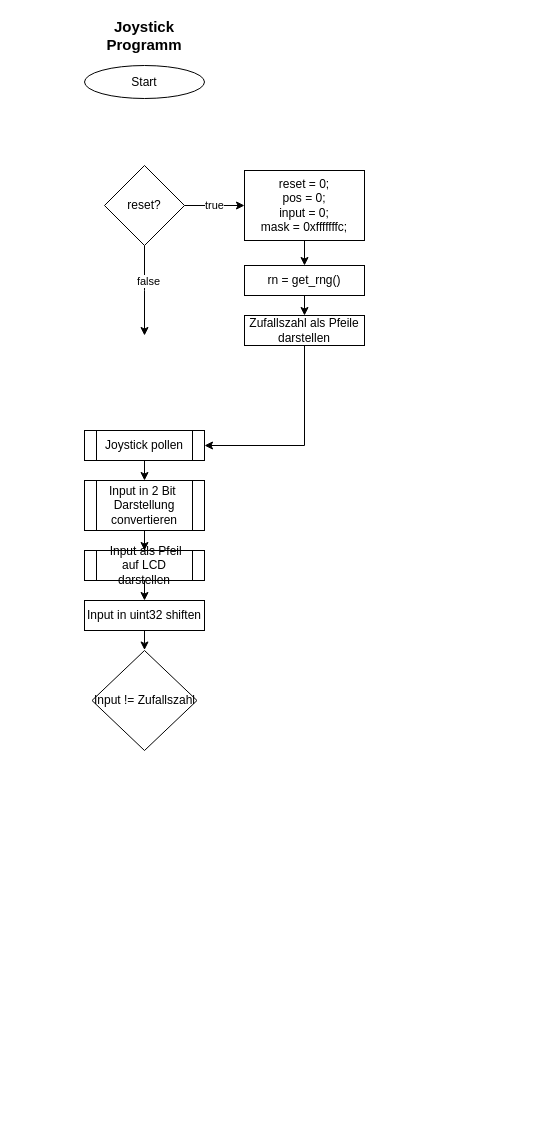
This is page "Joystick" (5 of 5) of Untitled Diagram.drawio from Seafesko/Nucleo-Wecker, a draw.io file, before an edit. Source tidied: cells renumbered, new cells numbered last; positions are measured from the earlier drawing's top-left corner, leaving out a move shared by most shapes. Both pictures are drawn from the tidied source at 100%, with x=0, y=0 at pixel (84, 25).
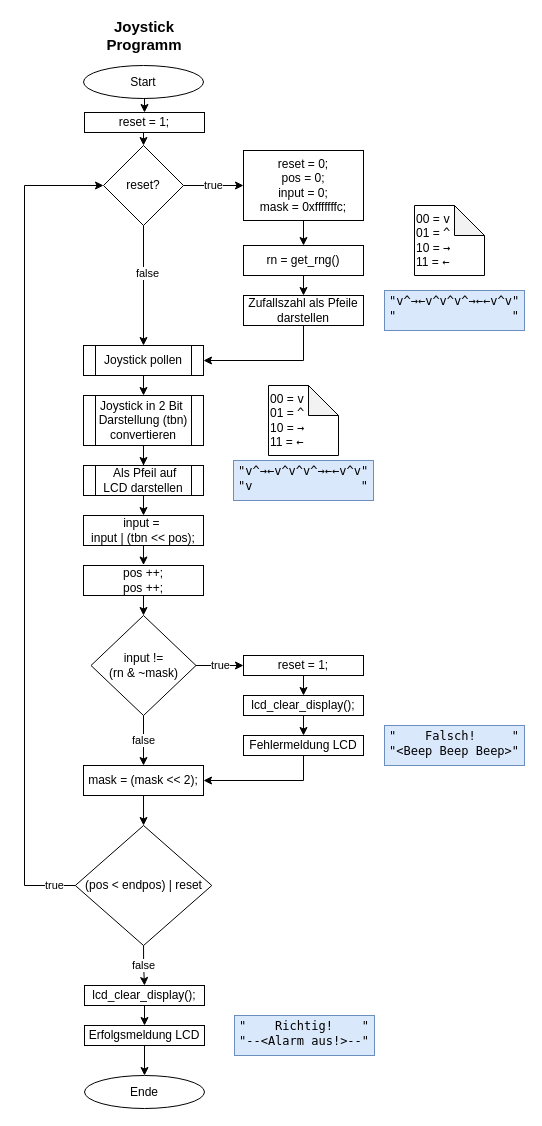
Above is the later version.

Commit message (it also covers changes not shown here):
Joystick vollständig

Diff of the diagram source:
```diff
@@
+    <mxCell id="23" style="edgeStyle=orthogonalEdgeStyle;rounded=0;jettySize=auto;html=1;exitX=0.5;exitY=1;exitDx=0;exitDy=0;entryX=0.5;entryY=0;entryDx=0;entryDy=0;" parent="1" edge="1" source="3" target="53">
+      <mxGeometry relative="1" as="geometry" />
+    </mxCell>
     <mxCell id="3" value="Start" style="ellipse;whiteSpace=wrap;html=1;" parent="1" vertex="1">
-      <mxGeometry y="40" width="120" height="33" as="geometry" />
+      <mxGeometry x="-1" y="40" width="120" height="33" as="geometry" />
     </mxCell>
@@
-    <mxCell id="5" style="edgeStyle=orthogonalEdgeStyle;rounded=0;jettySize=auto;html=1;exitX=0.5;exitY=1;exitDx=0;exitDy=0;entryX=0.5;entryY=0;entryDx=0;entryDy=0;" parent="1" edge="1" source="7">
-      <mxGeometry relative="1" as="geometry">
-        <mxPoint x="60" y="310" as="targetPoint" />
-      </mxGeometry>
+    <mxCell id="5" style="edgeStyle=orthogonalEdgeStyle;rounded=0;jettySize=auto;html=1;exitX=0.5;exitY=1;exitDx=0;exitDy=0;entryX=0.5;entryY=0;entryDx=0;entryDy=0;" parent="1" edge="1" source="7" target="17">
+      <mxGeometry relative="1" as="geometry" />
     </mxCell>
@@
     <mxCell id="7" value="reset?" style="rhombus;whiteSpace=wrap;html=1;strokeWidth=1;" parent="1" vertex="1">
-      <mxGeometry x="20" y="140" width="80" height="80" as="geometry" />
+      <mxGeometry x="19" y="120" width="80" height="80" as="geometry" />
     </mxCell>
@@
     <mxCell id="9" value="&lt;div&gt;reset = 0;&lt;/div&gt;&lt;div&gt;pos = 0;&lt;/div&gt;&lt;div&gt;input = 0;&lt;/div&gt;&lt;div&gt;mask = 0xfffffffc;&lt;/div&gt;" style="rounded=0;whiteSpace=wrap;html=1;strokeWidth=1;" parent="1" vertex="1">
-      <mxGeometry x="160" y="145" width="120" height="70" as="geometry" />
+      <mxGeometry x="159" y="125" width="120" height="70" as="geometry" />
     </mxCell>
     <mxCell id="10" style="edgeStyle=orthogonalEdgeStyle;rounded=0;orthogonalLoop=1;jettySize=auto;html=1;exitX=0.5;exitY=1;exitDx=0;exitDy=0;entryX=0.5;entryY=0;entryDx=0;entryDy=0;" parent="1" edge="1">
       <mxGeometry relative="1" as="geometry">
-        <mxPoint x="60" y="435" as="sourcePoint" />
-        <mxPoint x="60" y="455" as="targetPoint" />
+        <mxPoint x="59" y="350" as="sourcePoint" />
+        <mxPoint x="59" y="370" as="targetPoint" />
       </mxGeometry>
     </mxCell>
@@
     <mxCell id="12" value="rn = get_rng()" style="rounded=0;whiteSpace=wrap;html=1;strokeWidth=1;" parent="1" vertex="1">
-      <mxGeometry x="160" y="240" width="120" height="30" as="geometry" />
+      <mxGeometry x="159" y="220" width="120" height="30" as="geometry" />
     </mxCell>
@@
     <mxCell id="14" value="Zufallszahl als Pfeile darstellen" style="rounded=0;whiteSpace=wrap;html=1;strokeWidth=1;" parent="1" vertex="1">
-      <mxGeometry x="160" y="290" width="120" height="30" as="geometry" />
+      <mxGeometry x="159" y="270" width="120" height="30" as="geometry" />
     </mxCell>
@@
-    <mxCell id="16" value="&amp;nbsp;Input als Pfeil auf LCD darstellen" style="shape=process;whiteSpace=wrap;html=1;backgroundOutline=1;strokeWidth=1;" parent="1" vertex="1">
-      <mxGeometry y="525" width="120" height="30" as="geometry" />
+    <mxCell id="16" value="&amp;nbsp;Als Pfeil auf LCD darstellen" style="shape=process;whiteSpace=wrap;html=1;backgroundOutline=1;strokeWidth=1;" parent="1" vertex="1">
+      <mxGeometry x="-1" y="440" width="120" height="30" as="geometry" />
     </mxCell>
     <mxCell id="17" value="Joystick pollen" style="shape=process;whiteSpace=wrap;html=1;backgroundOutline=1;strokeWidth=1;" parent="1" vertex="1">
-      <mxGeometry y="405" width="120" height="30" as="geometry" />
+      <mxGeometry x="-1" y="320" width="120" height="30" as="geometry" />
     </mxCell>
     <mxCell id="18" style="edgeStyle=orthogonalEdgeStyle;rounded=0;jettySize=auto;html=1;exitX=0.5;exitY=1;exitDx=0;exitDy=0;entryX=0.5;entryY=0;entryDx=0;entryDy=0;" parent="1" edge="1" source="19">
       <mxGeometry relative="1" as="geometry">
-        <mxPoint x="60" y="624.5" as="targetPoint" />
+        <mxPoint x="59" y="539.5" as="targetPoint" />
       </mxGeometry>
     </mxCell>
-    <mxCell id="19" value="Input in uint32 shiften" style="rounded=0;whiteSpace=wrap;html=1;strokeWidth=1;" parent="1" vertex="1">
-      <mxGeometry y="575" width="120" height="30" as="geometry" />
+    <mxCell id="19" value="&lt;div&gt;input =&amp;nbsp; &lt;br&gt;&lt;/div&gt;&lt;div&gt;input | (tbn &amp;lt;&amp;lt; pos);&lt;/div&gt;" style="rounded=0;whiteSpace=wrap;html=1;strokeWidth=1;" parent="1" vertex="1">
+      <mxGeometry x="-1" y="490" width="120" height="30" as="geometry" />
     </mxCell>
@@
-    <mxCell id="21" value="Input in 2 Bit&amp;nbsp; Darstellung convertieren" style="shape=process;whiteSpace=wrap;html=1;backgroundOutline=1;strokeWidth=1;" parent="1" vertex="1">
-      <mxGeometry y="455" width="120" height="50" as="geometry" />
+    <mxCell id="21" value="Joystick in 2 Bit&amp;nbsp; Darstellung (tbn) convertieren" style="shape=process;whiteSpace=wrap;html=1;backgroundOutline=1;strokeWidth=1;" parent="1" vertex="1">
+      <mxGeometry x="-1" y="370" width="120" height="50" as="geometry" />
     </mxCell>
+    <mxCell id="24" value="true" style="edgeStyle=orthogonalEdgeStyle;rounded=0;jettySize=auto;html=1;exitX=1;exitY=0.5;exitDx=0;exitDy=0;entryX=0;entryY=0.5;entryDx=0;entryDy=0;" parent="1" edge="1" source="22" target="33">
+      <mxGeometry relative="1" as="geometry" />
+    </mxCell>
+    <mxCell id="25" value="false" style="edgeStyle=orthogonalEdgeStyle;rounded=0;jettySize=auto;html=1;exitX=0.5;exitY=1;exitDx=0;exitDy=0;entryX=0.5;entryY=0;entryDx=0;entryDy=0;" parent="1" edge="1" source="22" target="31">
+      <mxGeometry relative="1" as="geometry" />
+    </mxCell>
-    <mxCell id="22" value="Input != Zufallszahl " style="rhombus;whiteSpace=wrap;html=1;strokeWidth=1;" parent="1" vertex="1">
-      <mxGeometry x="7.5" y="625" width="105" height="100" as="geometry" />
+    <mxCell id="22" value="&lt;div&gt;input != &lt;br&gt;&lt;/div&gt;&lt;div&gt;(rn &amp;amp; ~mask)&lt;/div&gt;" style="rhombus;whiteSpace=wrap;html=1;strokeWidth=1;" parent="1" vertex="1">
+      <mxGeometry x="6.5" y="590" width="105" height="100" as="geometry" />
     </mxCell>
+    <mxCell id="26" value="&lt;div&gt;&lt;font face=&quot;Lucida Console&quot;&gt;&lt;br&gt;&lt;/font&gt;&lt;/div&gt;&lt;div&gt;&lt;font face=&quot;Lucida Console&quot;&gt;&quot;v^&lt;/font&gt;&lt;font face=&quot;Lucida Console&quot;&gt;→&lt;/font&gt;&lt;font face=&quot;Lucida Console&quot;&gt;←&lt;/font&gt;&lt;font face=&quot;Lucida Console&quot;&gt;v^&lt;/font&gt;&lt;font face=&quot;Lucida Console&quot;&gt;v^&lt;/font&gt;&lt;font face=&quot;Lucida Console&quot;&gt;v^&lt;/font&gt;&lt;font face=&quot;Lucida Console&quot;&gt;→&lt;/font&gt;&lt;font face=&quot;Lucida Console&quot;&gt;←&lt;/font&gt;&lt;font face=&quot;Lucida Console&quot;&gt;←&lt;/font&gt;&lt;font face=&quot;Lucida Console&quot;&gt;v^&lt;/font&gt;&lt;font face=&quot;Lucida Console&quot;&gt;v&lt;/font&gt;&lt;font face=&quot;Lucida Console&quot;&gt;&quot;&lt;/font&gt;&lt;/div&gt;&lt;font face=&quot;Lucida Console&quot;&gt;&quot; &amp;nbsp;&amp;nbsp;&amp;nbsp;&amp;nbsp;&amp;nbsp;&amp;nbsp;&amp;nbsp;&amp;nbsp;&amp;nbsp;&amp;nbsp;&amp;nbsp;&amp;nbsp;&amp;nbsp;&amp;nbsp; &quot;&lt;/font&gt;" style="text;html=1;strokeColor=#6c8ebf;fillColor=#dae8fc;spacing=5;spacingTop=-20;whiteSpace=wrap;overflow=hidden;rounded=0;" parent="1" vertex="1">
+      <mxGeometry x="300" y="265" width="140" height="40" as="geometry" />
+    </mxCell>
+    <mxCell id="27" value="&lt;div&gt;&lt;font face=&quot;Lucida Console&quot;&gt;&lt;br&gt;&lt;/font&gt;&lt;/div&gt;&lt;div&gt;&lt;font face=&quot;Lucida Console&quot;&gt;&quot;v^&lt;/font&gt;&lt;font face=&quot;Lucida Console&quot;&gt;→&lt;/font&gt;&lt;font face=&quot;Lucida Console&quot;&gt;←&lt;/font&gt;&lt;font face=&quot;Lucida Console&quot;&gt;v^&lt;/font&gt;&lt;font face=&quot;Lucida Console&quot;&gt;v^&lt;/font&gt;&lt;font face=&quot;Lucida Console&quot;&gt;v^&lt;/font&gt;&lt;font face=&quot;Lucida Console&quot;&gt;→&lt;/font&gt;&lt;font face=&quot;Lucida Console&quot;&gt;←&lt;/font&gt;&lt;font face=&quot;Lucida Console&quot;&gt;←&lt;/font&gt;&lt;font face=&quot;Lucida Console&quot;&gt;v^&lt;/font&gt;&lt;font face=&quot;Lucida Console&quot;&gt;v&lt;/font&gt;&lt;font face=&quot;Lucida Console&quot;&gt;&quot;&lt;/font&gt;&lt;/div&gt;&lt;font face=&quot;Lucida Console&quot;&gt;&quot;v &amp;nbsp;&amp;nbsp;&amp;nbsp;&amp;nbsp;&amp;nbsp;&amp;nbsp;&amp;nbsp;&amp;nbsp;&amp;nbsp;&amp;nbsp;&amp;nbsp;&amp;nbsp;&amp;nbsp; &quot;&lt;/font&gt;" style="text;html=1;strokeColor=#6c8ebf;fillColor=#dae8fc;spacing=5;spacingTop=-20;whiteSpace=wrap;overflow=hidden;rounded=0;" parent="1" vertex="1">
+      <mxGeometry x="149" y="435" width="140" height="40" as="geometry" />
+    </mxCell>
+    <mxCell id="28" value="&lt;div align=&quot;left&quot;&gt;00 = &lt;font face=&quot;Lucida Console&quot;&gt;v&lt;/font&gt;&lt;/div&gt;&lt;div align=&quot;left&quot;&gt;01 = &lt;font face=&quot;Lucida Console&quot;&gt;^&lt;/font&gt;&lt;/div&gt;&lt;div align=&quot;left&quot;&gt;10 = &lt;font face=&quot;Lucida Console&quot;&gt;→&lt;/font&gt;&lt;/div&gt;&lt;div align=&quot;left&quot;&gt;11 = &lt;font face=&quot;Lucida Console&quot;&gt;←&lt;/font&gt;&lt;/div&gt;" style="shape=note;whiteSpace=wrap;html=1;backgroundOutline=1;darkOpacity=0.05;align=left;" parent="1" vertex="1">
+      <mxGeometry x="184" y="360" width="70" height="70" as="geometry" />
+    </mxCell>
+    <mxCell id="29" value="&lt;div align=&quot;left&quot;&gt;00 = &lt;font face=&quot;Lucida Console&quot;&gt;v&lt;/font&gt;&lt;/div&gt;&lt;div align=&quot;left&quot;&gt;01 = &lt;font face=&quot;Lucida Console&quot;&gt;^&lt;/font&gt;&lt;/div&gt;&lt;div align=&quot;left&quot;&gt;10 = &lt;font face=&quot;Lucida Console&quot;&gt;→&lt;/font&gt;&lt;/div&gt;&lt;div align=&quot;left&quot;&gt;11 = &lt;font face=&quot;Lucida Console&quot;&gt;←&lt;/font&gt;&lt;/div&gt;" style="shape=note;whiteSpace=wrap;html=1;backgroundOutline=1;darkOpacity=0.05;align=left;" parent="1" vertex="1">
+      <mxGeometry x="330" y="180" width="70" height="70" as="geometry" />
+    </mxCell>
+    <mxCell id="30" style="edgeStyle=orthogonalEdgeStyle;rounded=0;jettySize=auto;html=1;exitX=0.5;exitY=1;exitDx=0;exitDy=0;entryX=0.5;entryY=0;entryDx=0;entryDy=0;" parent="1" edge="1" source="31" target="42">
+      <mxGeometry relative="1" as="geometry" />
+    </mxCell>
+    <mxCell id="31" value="mask = (mask &amp;lt;&amp;lt; 2);" style="rounded=0;whiteSpace=wrap;html=1;strokeWidth=1;" parent="1" vertex="1">
+      <mxGeometry x="-1" y="740" width="120" height="30" as="geometry" />
+    </mxCell>
+    <mxCell id="32" style="edgeStyle=orthogonalEdgeStyle;rounded=0;jettySize=auto;html=1;exitX=0.5;exitY=1;exitDx=0;exitDy=0;entryX=0.5;entryY=0;entryDx=0;entryDy=0;" parent="1" edge="1" source="33" target="35">
+      <mxGeometry relative="1" as="geometry" />
+    </mxCell>
+    <mxCell id="33" value="&lt;div&gt;reset = 1;&lt;/div&gt;" style="rounded=0;whiteSpace=wrap;html=1;" parent="1" vertex="1">
+      <mxGeometry x="159" y="630" width="120" height="20" as="geometry" />
+    </mxCell>
+    <mxCell id="34" style="edgeStyle=orthogonalEdgeStyle;rounded=0;jettySize=auto;html=1;exitX=0.5;exitY=1;exitDx=0;exitDy=0;entryX=0.5;entryY=0;entryDx=0;entryDy=0;" parent="1" edge="1" source="35" target="38">
+      <mxGeometry relative="1" as="geometry" />
+    </mxCell>
+    <mxCell id="35" value="lcd_clear_display();" style="rounded=0;whiteSpace=wrap;html=1;" parent="1" vertex="1">
+      <mxGeometry x="159" y="670" width="120" height="20" as="geometry" />
+    </mxCell>
+    <mxCell id="36" value="&lt;div&gt;&lt;font face=&quot;Lucida Console&quot;&gt;&lt;br&gt;&lt;/font&gt;&lt;/div&gt;&lt;div&gt;&lt;font face=&quot;Lucida Console&quot;&gt;&quot;&amp;nbsp;&amp;nbsp;&amp;nbsp; Falsch!&amp;nbsp;&amp;nbsp;&amp;nbsp;&amp;nbsp; &lt;/font&gt;&lt;font face=&quot;Lucida Console&quot;&gt;&quot;&lt;/font&gt;&lt;/div&gt;&lt;font face=&quot;Lucida Console&quot;&gt;&quot;&amp;lt;Beep Beep Beep&amp;gt;&quot;&lt;/font&gt;" style="text;html=1;strokeColor=#6c8ebf;fillColor=#dae8fc;spacing=5;spacingTop=-20;whiteSpace=wrap;overflow=hidden;rounded=0;" parent="1" vertex="1">
+      <mxGeometry x="300" y="700" width="140" height="40" as="geometry" />
+    </mxCell>
+    <mxCell id="37" style="edgeStyle=orthogonalEdgeStyle;rounded=0;jettySize=auto;html=1;exitX=0.5;exitY=1;exitDx=0;exitDy=0;entryX=1;entryY=0.5;entryDx=0;entryDy=0;" parent="1" edge="1" source="38" target="31">
+      <mxGeometry relative="1" as="geometry" />
+    </mxCell>
+    <mxCell id="38" value="Fehlermeldung LCD" style="rounded=0;whiteSpace=wrap;html=1;" parent="1" vertex="1">
+      <mxGeometry x="159" y="710" width="120" height="20" as="geometry" />
+    </mxCell>
+    <mxCell id="39" style="edgeStyle=orthogonalEdgeStyle;rounded=0;jettySize=auto;html=1;exitX=0.5;exitY=1;exitDx=0;exitDy=0;entryX=0.5;entryY=0;entryDx=0;entryDy=0;" parent="1" edge="1" target="47">
+      <mxGeometry relative="1" as="geometry">
+        <mxPoint x="60" y="980" as="sourcePoint" />
+      </mxGeometry>
+    </mxCell>
+    <mxCell id="40" value="true" style="edgeStyle=orthogonalEdgeStyle;rounded=0;jettySize=auto;html=1;exitX=0;exitY=0.5;exitDx=0;exitDy=0;entryX=0;entryY=0.5;entryDx=0;entryDy=0;" parent="1" edge="1" source="42" target="7">
+      <mxGeometry x="-0.95" relative="1" as="geometry">
+        <Array as="points">
+          <mxPoint x="-60" y="860" />
+          <mxPoint x="-60" y="160" />
+        </Array>
+      </mxGeometry>
+    </mxCell>
+    <mxCell id="41" value="false" style="edgeStyle=orthogonalEdgeStyle;rounded=0;jettySize=auto;html=1;exitX=0.5;exitY=1;exitDx=0;exitDy=0;entryX=0.5;entryY=0;entryDx=0;entryDy=0;" parent="1" edge="1" source="42" target="47">
+      <mxGeometry relative="1" as="geometry" />
+    </mxCell>
+    <mxCell id="42" value="&lt;div&gt;(pos &amp;lt; endpos) | reset &lt;br&gt;&lt;/div&gt;" style="rhombus;whiteSpace=wrap;html=1;" parent="1" vertex="1">
+      <mxGeometry x="-9.2" y="800" width="136.5" height="120" as="geometry" />
+    </mxCell>
+    <mxCell id="43" style="edgeStyle=orthogonalEdgeStyle;rounded=0;jettySize=auto;html=1;exitX=0.5;exitY=1;exitDx=0;exitDy=0;entryX=0.5;entryY=0;entryDx=0;entryDy=0;" parent="1" edge="1" source="44" target="22">
+      <mxGeometry relative="1" as="geometry" />
+    </mxCell>
+    <mxCell id="44" value="&lt;div&gt;pos ++;&lt;/div&gt;&lt;div&gt;pos ++;&lt;br&gt;&lt;/div&gt;" style="rounded=0;whiteSpace=wrap;html=1;strokeWidth=1;" parent="1" vertex="1">
+      <mxGeometry x="-1" y="540" width="120" height="30" as="geometry" />
+    </mxCell>
+    <mxCell id="45" style="edgeStyle=orthogonalEdgeStyle;rounded=0;orthogonalLoop=1;jettySize=auto;html=1;exitX=0.5;exitY=1;exitDx=0;exitDy=0;" parent="1" edge="1" source="31" target="31">
+      <mxGeometry relative="1" as="geometry" />
+    </mxCell>
+    <mxCell id="46" style="edgeStyle=orthogonalEdgeStyle;rounded=0;jettySize=auto;html=1;exitX=0.5;exitY=1;exitDx=0;exitDy=0;entryX=0.5;entryY=0;entryDx=0;entryDy=0;" parent="1" edge="1" source="47" target="49">
+      <mxGeometry relative="1" as="geometry" />
+    </mxCell>
+    <mxCell id="47" value="lcd_clear_display();" style="rounded=0;whiteSpace=wrap;html=1;" parent="1" vertex="1">
+      <mxGeometry y="960" width="120" height="20" as="geometry" />
+    </mxCell>
+    <mxCell id="48" style="edgeStyle=orthogonalEdgeStyle;rounded=0;jettySize=auto;html=1;exitX=0.5;exitY=1;exitDx=0;exitDy=0;" parent="1" edge="1" source="49">
+      <mxGeometry relative="1" as="geometry">
+        <mxPoint x="60" y="1050" as="targetPoint" />
+      </mxGeometry>
+    </mxCell>
+    <mxCell id="49" value="Erfolgsmeldung LCD" style="rounded=0;whiteSpace=wrap;html=1;" parent="1" vertex="1">
+      <mxGeometry y="1000" width="120" height="20" as="geometry" />
+    </mxCell>
+    <mxCell id="50" value="&lt;div&gt;&lt;font face=&quot;Lucida Console&quot;&gt;&lt;br&gt;&lt;/font&gt;&lt;/div&gt;&lt;div&gt;&lt;font face=&quot;Lucida Console&quot;&gt;&quot;&amp;nbsp;&amp;nbsp;&amp;nbsp; Richtig!&amp;nbsp;&amp;nbsp;&amp;nbsp; &lt;/font&gt;&lt;font face=&quot;Lucida Console&quot;&gt;&quot;&lt;/font&gt;&lt;/div&gt;&lt;font face=&quot;Lucida Console&quot;&gt;&quot;--&amp;lt;Alarm aus!&amp;gt;--&quot;&lt;/font&gt;" style="text;html=1;strokeColor=#6c8ebf;fillColor=#dae8fc;spacing=5;spacingTop=-20;whiteSpace=wrap;overflow=hidden;rounded=0;" parent="1" vertex="1">
+      <mxGeometry x="150" y="990" width="140" height="40" as="geometry" />
+    </mxCell>
+    <mxCell id="51" value="Ende" style="ellipse;whiteSpace=wrap;html=1;" parent="1" vertex="1">
+      <mxGeometry y="1050" width="120" height="33" as="geometry" />
+    </mxCell>
+    <mxCell id="52" style="edgeStyle=orthogonalEdgeStyle;rounded=0;jettySize=auto;html=1;exitX=0.5;exitY=1;exitDx=0;exitDy=0;entryX=0.5;entryY=0;entryDx=0;entryDy=0;" parent="1" edge="1" source="53" target="7">
+      <mxGeometry relative="1" as="geometry" />
+    </mxCell>
+    <mxCell id="53" value="reset = 1;" style="rounded=0;whiteSpace=wrap;html=1;" parent="1" vertex="1">
+      <mxGeometry y="87" width="120" height="20" as="geometry" />
+    </mxCell>
```
